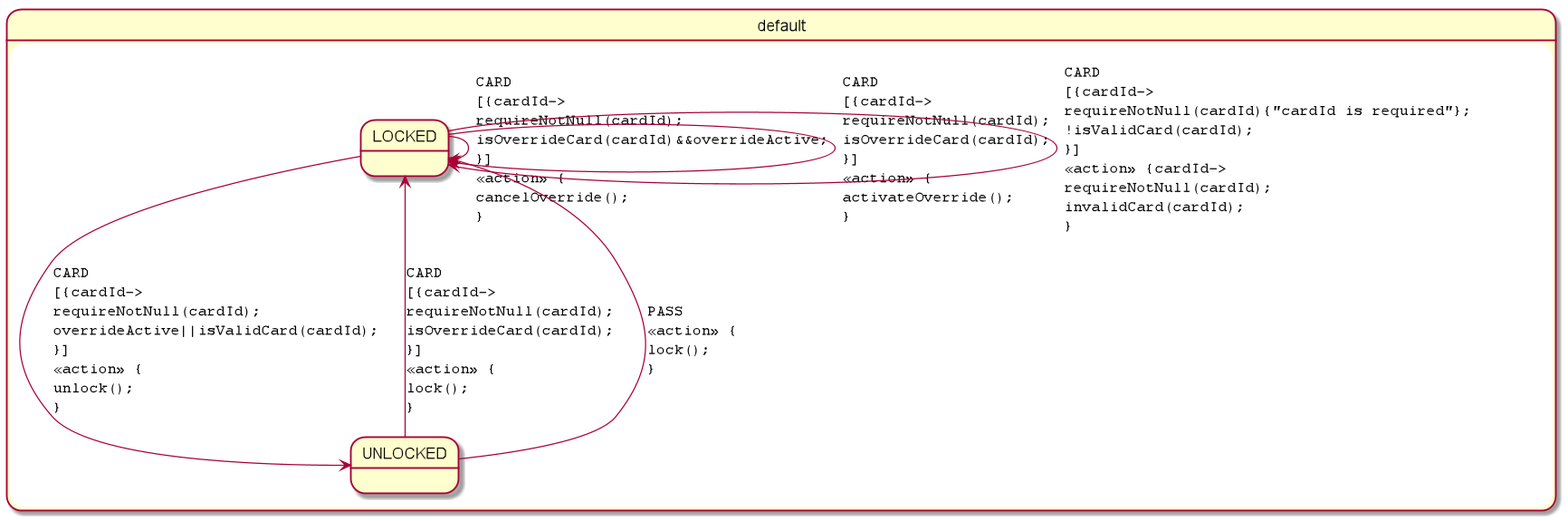
Earlier version of the PlantUML export secure_turnstile-parsed.png (open-jumpco/kfsm-viz).
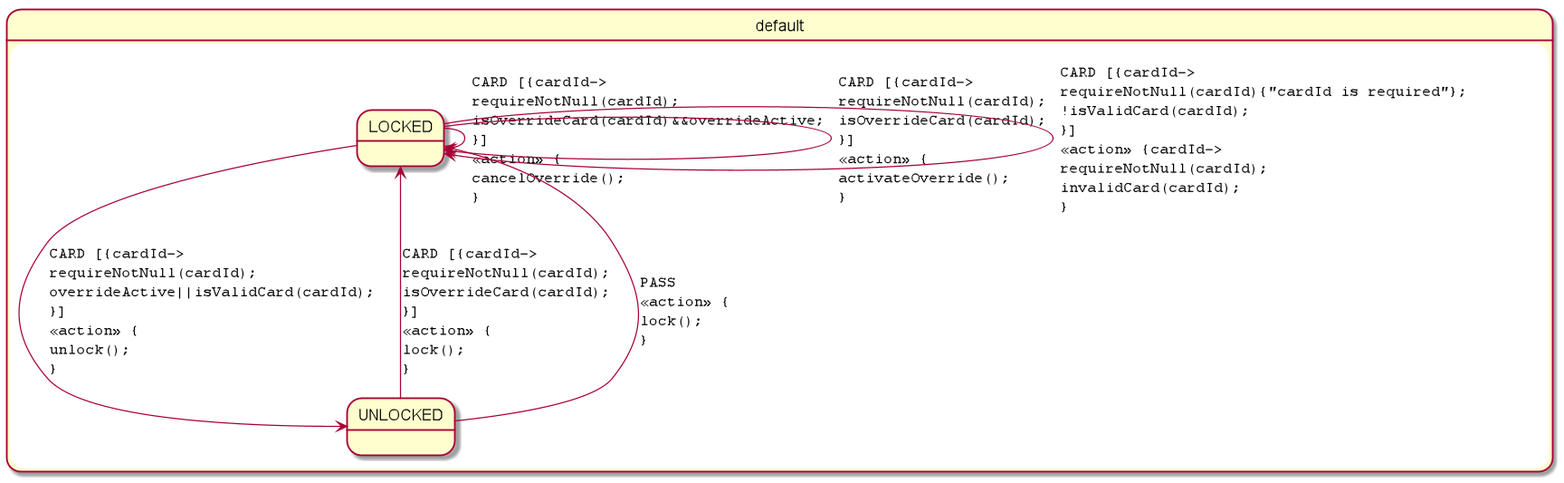
Later version of the same file.

The edit, as a diff of the source:
```diff
@@ -2,11 +2,11 @@
 skinparam StateFontName Helvetica
 skinparam defaultFontName Monospaced
 state default {
-LOCKED --> LOCKED : CARD\l[{cardId->\lrequireNotNull(cardId);\lisOverrideCard(cardId)&&overrideActive;\l}]\l<<action>> {\lcancelOverride();\l}
-LOCKED --> LOCKED : CARD\l[{cardId->\lrequireNotNull(cardId);\lisOverrideCard(cardId);\l}]\l<<action>> {\lactivateOverride();\l}
-LOCKED --> UNLOCKED : CARD\l[{cardId->\lrequireNotNull(cardId);\loverrideActive||isValidCard(cardId);\l}]\l<<action>> {\lunlock();\l}
-LOCKED --> LOCKED : CARD\l[{cardId->\lrequireNotNull(cardId){"cardId is required"};\l!isValidCard(cardId);\l}]\l<<action>> {cardId->\lrequireNotNull(cardId);\linvalidCard(cardId);\l}
-UNLOCKED --> LOCKED : CARD\l[{cardId->\lrequireNotNull(cardId);\lisOverrideCard(cardId);\l}]\l<<action>> {\llock();\l}
+LOCKED --> LOCKED : CARD [{cardId->\lrequireNotNull(cardId);\lisOverrideCard(cardId)&&overrideActive;\l}]\l<<action>> {\lcancelOverride();\l}
+LOCKED --> LOCKED : CARD [{cardId->\lrequireNotNull(cardId);\lisOverrideCard(cardId);\l}]\l<<action>> {\lactivateOverride();\l}
+LOCKED --> UNLOCKED : CARD [{cardId->\lrequireNotNull(cardId);\loverrideActive||isValidCard(cardId);\l}]\l<<action>> {\lunlock();\l}
+LOCKED --> LOCKED : CARD [{cardId->\lrequireNotNull(cardId){"cardId is required"};\l!isValidCard(cardId);\l}]\l<<action>> {cardId->\lrequireNotNull(cardId);\linvalidCard(cardId);\l}
+UNLOCKED --> LOCKED : CARD [{cardId->\lrequireNotNull(cardId);\lisOverrideCard(cardId);\l}]\l<<action>> {\llock();\l}
 UNLOCKED --> LOCKED : PASS\l<<action>> {\llock();\l}
 }
 @enduml
```
